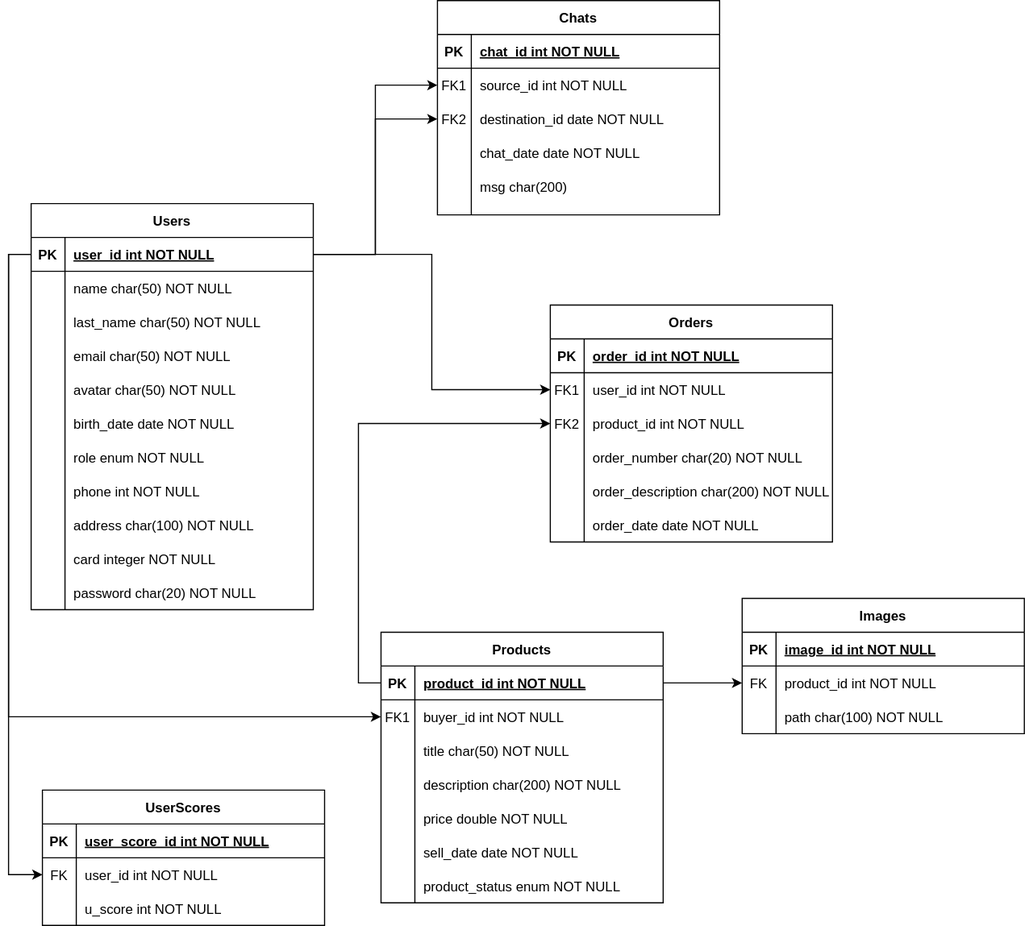
Before: images/diagram7.svg, a diagram exported from draw.io (adrianoosses/final-back). Source tidied: cells renumbered, new cells last; positions are measured from the earlier drawing's top-left corner, leaving out a move shared by most shapes.
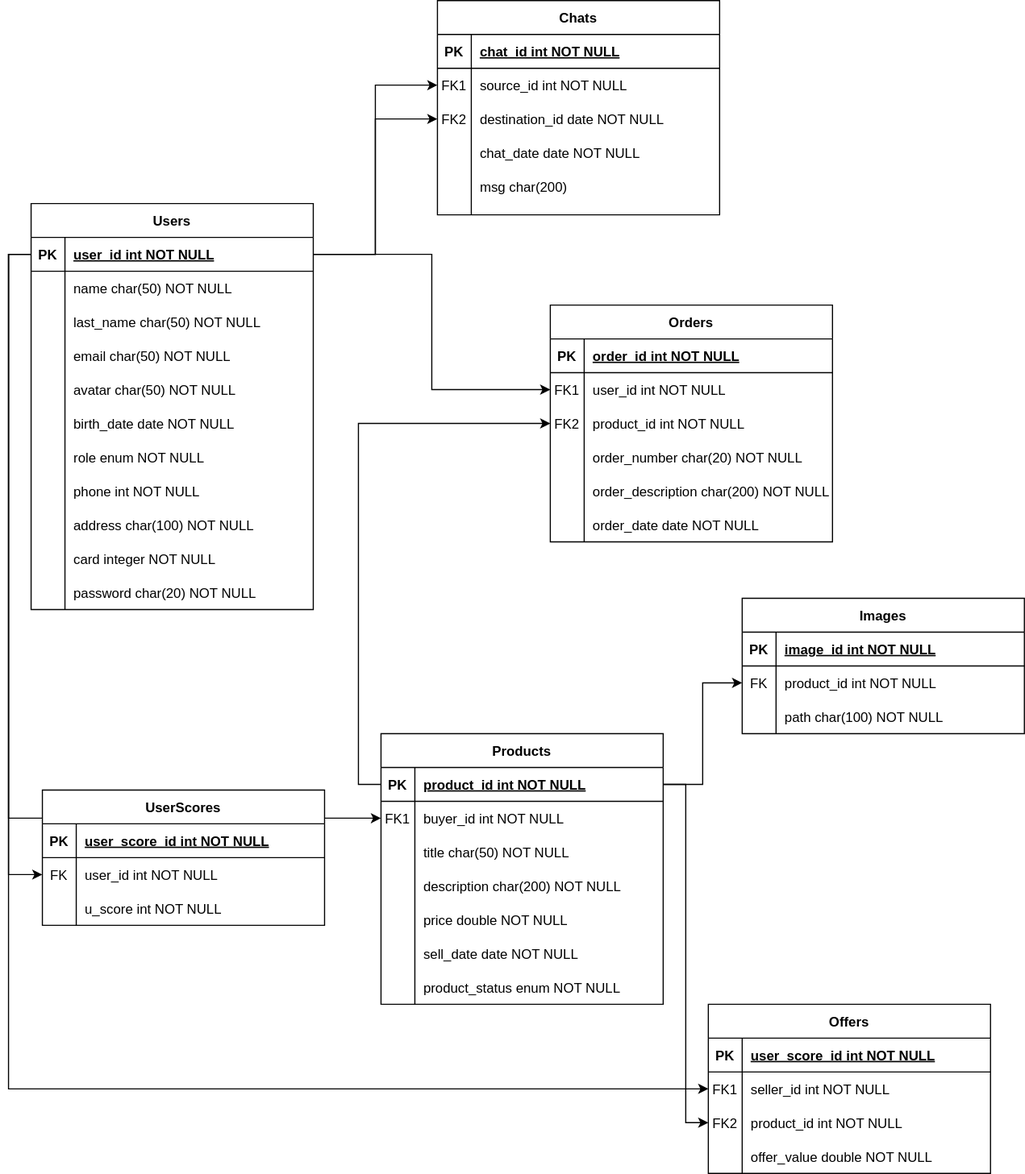
After the commit.

Change to the diagram source:
```diff
@@ -210,7 +210,7 @@
       <mxGeometry x="30" width="220" height="30" as="geometry" />
     </mxCell>
     <mxCell id="71" value="Products" style="shape=table;startSize=30;rowLines=0;fontStyle=1;align=center;" parent="1" vertex="1">
-      <mxGeometry x="310" y="560" width="250" height="240" as="geometry" />
+      <mxGeometry x="310" y="650" width="250" height="240" as="geometry" />
     </mxCell>
     <mxCell id="72" style="shape=partialRectangle;fillColor=none;points=[[0,0.5],[1,0.5]];portConstraint=eastwest;top=0;left=0;right=0;bottom=1;" parent="71" vertex="1">
       <mxGeometry y="30" width="250" height="30" as="geometry" />
@@ -356,5 +356,50 @@
     <mxCell id="119" style="edgeStyle=orthogonalEdgeStyle;rounded=0;jettySize=auto;html=1;exitX=0;exitY=0.5;exitDx=0;exitDy=0;entryX=0;entryY=0.5;entryDx=0;entryDy=0;" parent="1" edge="1" source="19" target="113">
       <mxGeometry relative="1" as="geometry" />
     </mxCell>
+    <mxCell id="120" value="Offers" style="shape=table;startSize=30;rowLines=0;fontStyle=1;align=center;" parent="1" vertex="1">
+      <mxGeometry x="600" y="890" width="250" height="150" as="geometry" />
+    </mxCell>
+    <mxCell id="121" style="shape=partialRectangle;fillColor=none;top=0;left=0;right=0;bottom=1;" parent="120" vertex="1">
+      <mxGeometry y="30" width="250" height="30" as="geometry" />
+    </mxCell>
+    <mxCell id="122" value="PK" style="shape=partialRectangle;overflow=hidden;fillColor=none;top=0;left=0;bottom=0;right=0;fontStyle=1;" parent="121" vertex="1">
+      <mxGeometry width="30" height="30" as="geometry" />
+    </mxCell>
+    <mxCell id="123" value="user_score_id int NOT NULL " style="shape=partialRectangle;overflow=hidden;fillColor=none;top=0;left=0;bottom=0;right=0;align=left;spacingLeft=6;fontStyle=5;" parent="121" vertex="1">
+      <mxGeometry x="30" width="220" height="30" as="geometry" />
+    </mxCell>
+    <mxCell id="124" style="shape=partialRectangle;fillColor=none;points=[[0,0.5],[1,0.5]];portConstraint=eastwest;top=0;left=0;right=0;bottom=0;" parent="120" vertex="1">
+      <mxGeometry y="60" width="250" height="30" as="geometry" />
+    </mxCell>
+    <mxCell id="125" value="FK1" style="shape=partialRectangle;overflow=hidden;fillColor=none;top=0;left=0;bottom=0;right=0;" parent="124" vertex="1">
+      <mxGeometry width="30" height="30" as="geometry" />
+    </mxCell>
+    <mxCell id="126" value="seller_id int NOT NULL" style="shape=partialRectangle;overflow=hidden;fillColor=none;top=0;left=0;bottom=0;right=0;align=left;spacingLeft=6;" parent="124" vertex="1">
+      <mxGeometry x="30" width="220" height="30" as="geometry" />
+    </mxCell>
+    <mxCell id="127" style="shape=partialRectangle;fillColor=none;points=[[0,0.5],[1,0.5]];portConstraint=eastwest;top=0;left=0;right=0;bottom=0;" parent="120" vertex="1">
+      <mxGeometry y="90" width="250" height="30" as="geometry" />
+    </mxCell>
+    <mxCell id="128" value="FK2" style="shape=partialRectangle;overflow=hidden;fillColor=none;top=0;left=0;bottom=0;right=0;" parent="127" vertex="1">
+      <mxGeometry width="30" height="30" as="geometry" />
+    </mxCell>
+    <mxCell id="129" value="product_id int NOT NULL" style="shape=partialRectangle;overflow=hidden;fillColor=none;top=0;left=0;bottom=0;right=0;align=left;spacingLeft=6;" parent="127" vertex="1">
+      <mxGeometry x="30" width="220" height="30" as="geometry" />
+    </mxCell>
+    <mxCell id="130" style="shape=partialRectangle;fillColor=none;top=0;left=0;right=0;bottom=0;" parent="120" vertex="1">
+      <mxGeometry y="120" width="250" height="30" as="geometry" />
+    </mxCell>
+    <mxCell id="131" style="shape=partialRectangle;overflow=hidden;fillColor=none;top=0;left=0;bottom=0;right=0;" parent="130" vertex="1">
+      <mxGeometry width="30" height="30" as="geometry" />
+    </mxCell>
+    <mxCell id="132" value="offer_value double NOT NULL" style="shape=partialRectangle;overflow=hidden;fillColor=none;top=0;left=0;bottom=0;right=0;align=left;spacingLeft=6;" parent="130" vertex="1">
+      <mxGeometry x="30" width="220" height="30" as="geometry" />
+    </mxCell>
+    <mxCell id="133" style="edgeStyle=orthogonalEdgeStyle;rounded=0;jettySize=auto;html=1;exitX=1;exitY=0.5;exitDx=0;exitDy=0;entryX=0;entryY=0.5;entryDx=0;entryDy=0;" parent="1" edge="1" source="72" target="127">
+      <mxGeometry relative="1" as="geometry" />
+    </mxCell>
+    <mxCell id="134" style="edgeStyle=orthogonalEdgeStyle;rounded=0;jettySize=auto;html=1;exitX=0;exitY=0.5;exitDx=0;exitDy=0;entryX=0;entryY=0.5;entryDx=0;entryDy=0;" parent="1" edge="1" source="19" target="124">
+      <mxGeometry relative="1" as="geometry" />
+    </mxCell>
   </root>
 </mxGraphModel>
```
